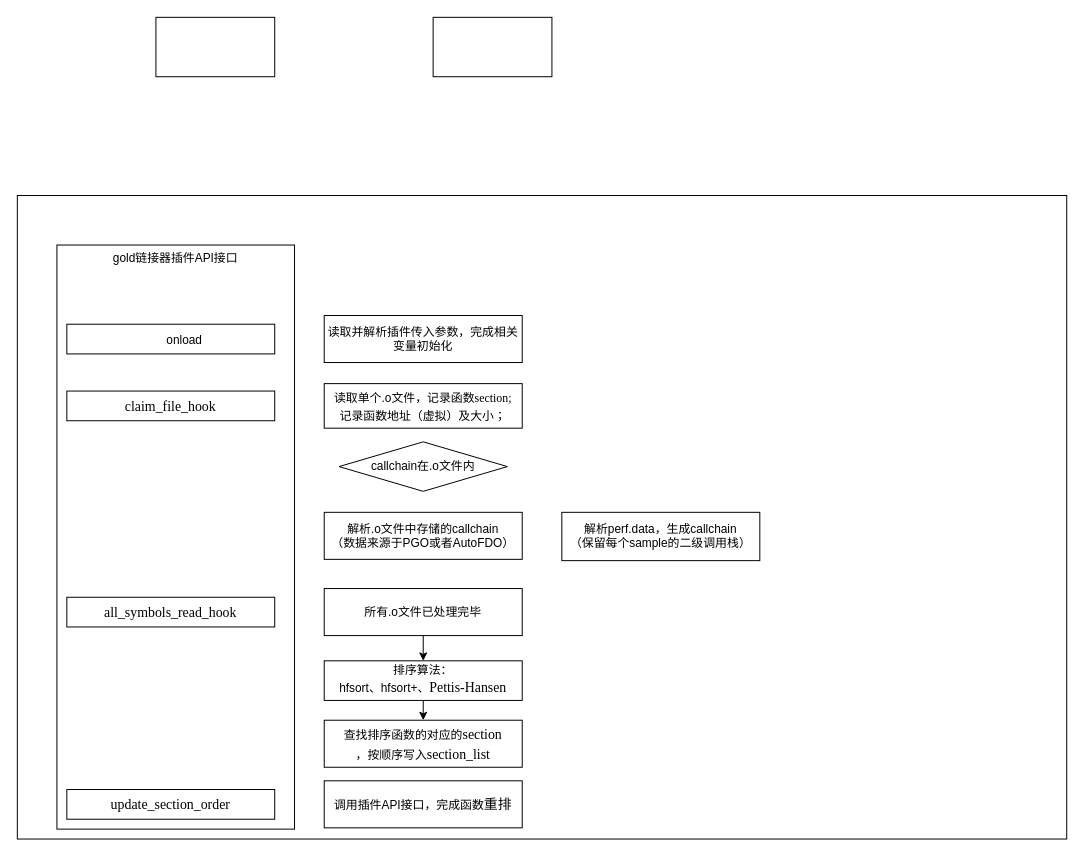
The draw.io diagram Untitled Diagram.drawio in ijinma/blog, before the edit. Source tidied: cells renumbered, new cells numbered last; positions are measured from the earlier drawing's top-left corner, leaving out a move shared by most shapes. Both pictures are drawn from the tidied source at 99%, with x=0, y=0 at pixel (17, 17).
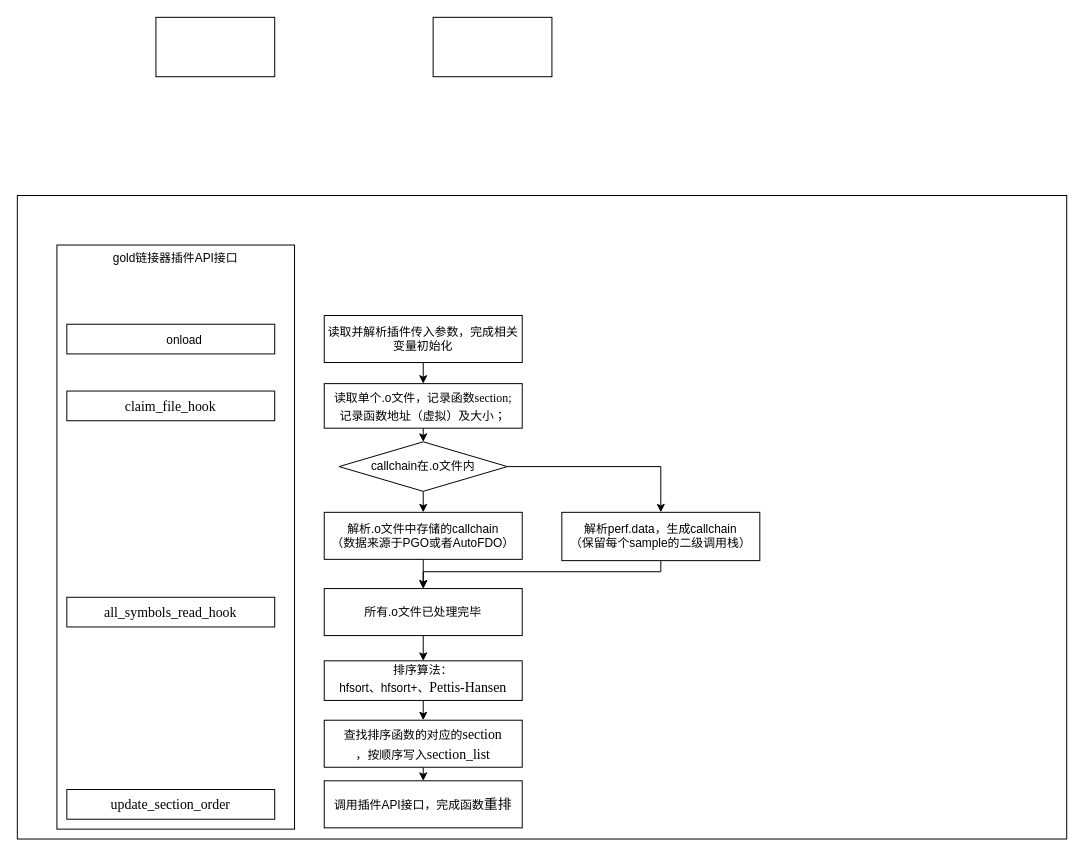
The same diagram, later.

The change refers to these unchanged cells:
```xml
<mxCell id="7" value="callchain在.o文件内" style="rhombus;whiteSpace=wrap;html=1;align=center;" parent="1" vertex="1">
  <mxGeometry x="325" y="428.8" width="170" height="50" as="geometry" />
</mxCell>
<mxCell id="8" value="&lt;font style=&quot;font-size: 12px&quot;&gt;读取单个.o文件，记录函数&lt;/font&gt;&lt;span lang=&quot;EN-US&quot; style=&quot;line-height: 150%&quot;&gt;&lt;font style=&quot;font-size: 12px&quot;&gt;&lt;font face=&quot;times new roman, serif&quot;&gt;section;&lt;/font&gt;&lt;br&gt;记录函数地址（虚拟）及大小；&lt;/font&gt;&lt;br&gt;&lt;/span&gt;" style="rounded=0;whiteSpace=wrap;html=1;align=center;" parent="1" vertex="1">
  <mxGeometry x="310" y="370" width="200" height="45" as="geometry" />
</mxCell>
<mxCell id="10" value="所有.o文件已处理完毕" style="rounded=0;whiteSpace=wrap;html=1;align=center;" parent="1" vertex="1">
  <mxGeometry x="310" y="577" width="200" height="47.5" as="geometry" />
</mxCell>
<mxCell id="11" value="查找排序函数的对应的&lt;span lang=&quot;EN-US&quot; style=&quot;font-size: 10.5pt ; line-height: 150% ; font-family: &amp;#34;times new roman&amp;#34; , serif&quot;&gt;section&lt;/span&gt;&lt;br&gt;，按顺序写入&lt;span lang=&quot;EN-US&quot; style=&quot;font-size: 10.5pt ; line-height: 150% ; font-family: &amp;#34;times new roman&amp;#34; , serif&quot;&gt;section_list&lt;/span&gt;" style="rounded=0;whiteSpace=wrap;html=1;align=center;" parent="1" vertex="1">
  <mxGeometry x="310" y="710" width="200" height="47.5" as="geometry" />
</mxCell>
<mxCell id="17" value="解析perf.data，生成callchain&lt;br&gt;（保留每个sample的二级调用栈）" style="rounded=0;whiteSpace=wrap;html=1;align=center;" parent="1" vertex="1">
  <mxGeometry x="550" y="500" width="200" height="48.8" as="geometry" />
</mxCell>
<mxCell id="18" value="&lt;span lang=&quot;EN-US&quot; style=&quot;line-height: 150%&quot;&gt;调用插件API接口，完成函数&lt;/span&gt;&lt;span style=&quot;font-family: &amp;#34;times new roman&amp;#34; , serif ; font-size: 14px&quot;&gt;重排&lt;/span&gt;" style="rounded=0;whiteSpace=wrap;html=1;align=center;" parent="1" vertex="1">
  <mxGeometry x="310" y="771.2" width="200" height="47.5" as="geometry" />
</mxCell>
<mxCell id="19" value="读取并解析插件传入参数，完成相关变量初始化" style="rounded=0;whiteSpace=wrap;html=1;align=center;" parent="1" vertex="1">
  <mxGeometry x="310" y="301.2" width="200" height="47.5" as="geometry" />
</mxCell>
<mxCell id="20" value="解析.o文件中存储的callchain&lt;br&gt;（数据来源于PGO或者AutoFDO）" style="rounded=0;whiteSpace=wrap;html=1;align=center;" parent="1" vertex="1">
  <mxGeometry x="310" y="500" width="200" height="47.5" as="geometry" />
</mxCell>
```

What changed in the source:
```diff
@@
+    <mxCell id="21" style="edgeStyle=orthogonalEdgeStyle;rounded=0;jettySize=auto;html=1;exitX=0.5;exitY=1;exitDx=0;exitDy=0;entryX=0.5;entryY=0;entryDx=0;entryDy=0;" parent="1" edge="1" source="7" target="20">
+      <mxGeometry relative="1" as="geometry" />
+    </mxCell>
+    <mxCell id="22" style="edgeStyle=orthogonalEdgeStyle;rounded=0;jettySize=auto;html=1;exitX=1;exitY=0.5;exitDx=0;exitDy=0;entryX=0.5;entryY=0;entryDx=0;entryDy=0;" parent="1" edge="1" source="7" target="17">
+      <mxGeometry relative="1" as="geometry" />
+    </mxCell>
@@
+    <mxCell id="23" style="edgeStyle=orthogonalEdgeStyle;rounded=0;jettySize=auto;html=1;exitX=0.5;exitY=1;exitDx=0;exitDy=0;entryX=0.5;entryY=0;entryDx=0;entryDy=0;" parent="1" edge="1" source="8" target="7">
+      <mxGeometry relative="1" as="geometry" />
+    </mxCell>
@@
+    <mxCell id="24" style="edgeStyle=orthogonalEdgeStyle;rounded=0;jettySize=auto;html=1;exitX=0.5;exitY=1;exitDx=0;exitDy=0;entryX=0.5;entryY=0;entryDx=0;entryDy=0;" parent="1" edge="1" source="11" target="18">
+      <mxGeometry relative="1" as="geometry" />
+    </mxCell>
@@
+    <mxCell id="25" style="edgeStyle=orthogonalEdgeStyle;rounded=0;jettySize=auto;html=1;exitX=0.5;exitY=1;exitDx=0;exitDy=0;entryX=0.5;entryY=0;entryDx=0;entryDy=0;" parent="1" edge="1" source="17" target="10">
+      <mxGeometry relative="1" as="geometry">
+        <Array as="points">
+          <mxPoint x="650" y="560" />
+          <mxPoint x="410" y="560" />
+        </Array>
+      </mxGeometry>
+    </mxCell>
@@
+    <mxCell id="26" style="edgeStyle=orthogonalEdgeStyle;rounded=0;jettySize=auto;html=1;exitX=0.5;exitY=1;exitDx=0;exitDy=0;entryX=0.5;entryY=0;entryDx=0;entryDy=0;" parent="1" edge="1" source="19" target="8">
+      <mxGeometry relative="1" as="geometry" />
+    </mxCell>
@@
+    <mxCell id="27" style="edgeStyle=orthogonalEdgeStyle;rounded=0;jettySize=auto;html=1;exitX=0.5;exitY=1;exitDx=0;exitDy=0;entryX=0.5;entryY=0;entryDx=0;entryDy=0;" parent="1" edge="1" source="20" target="10">
+      <mxGeometry relative="1" as="geometry" />
+    </mxCell>
```
